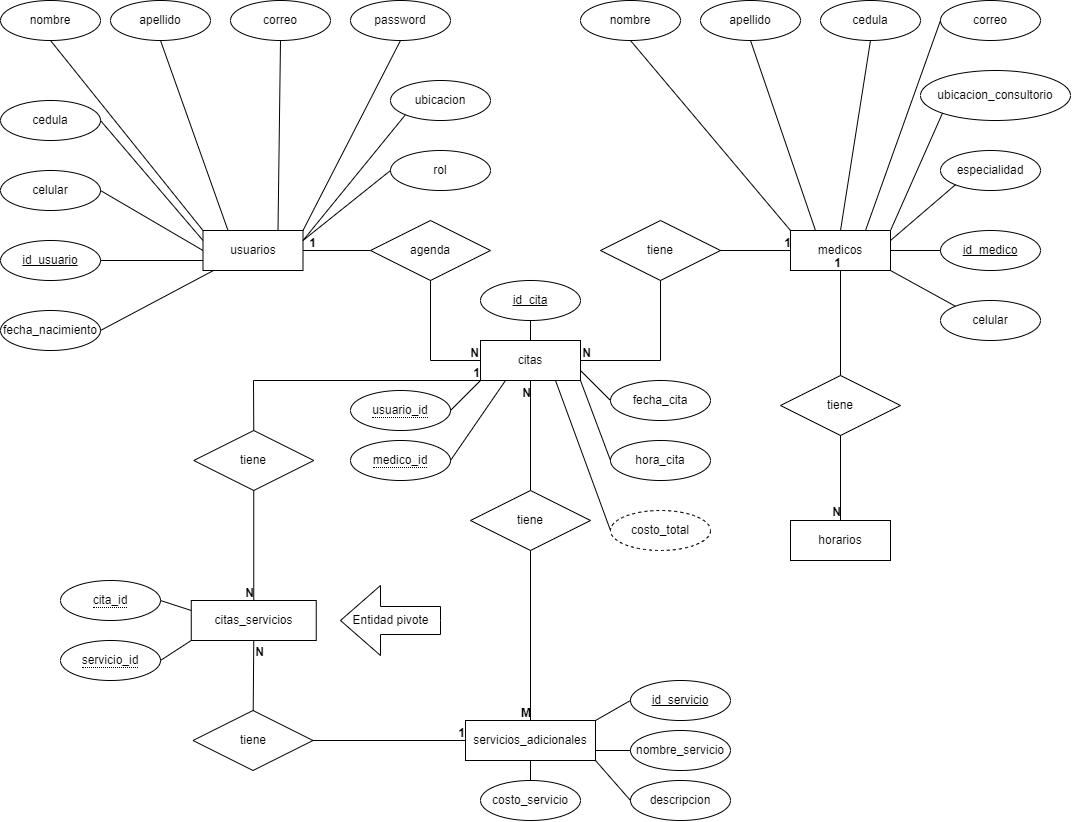
This is db/diagramaER.drawio.png from victor-arb/proyecto-final, a draw.io export, as it was before one commit. Source tidied: cells renumbered, new cells last; positions are measured from the earlier drawing's top-left corner, leaving out a move shared by most shapes.
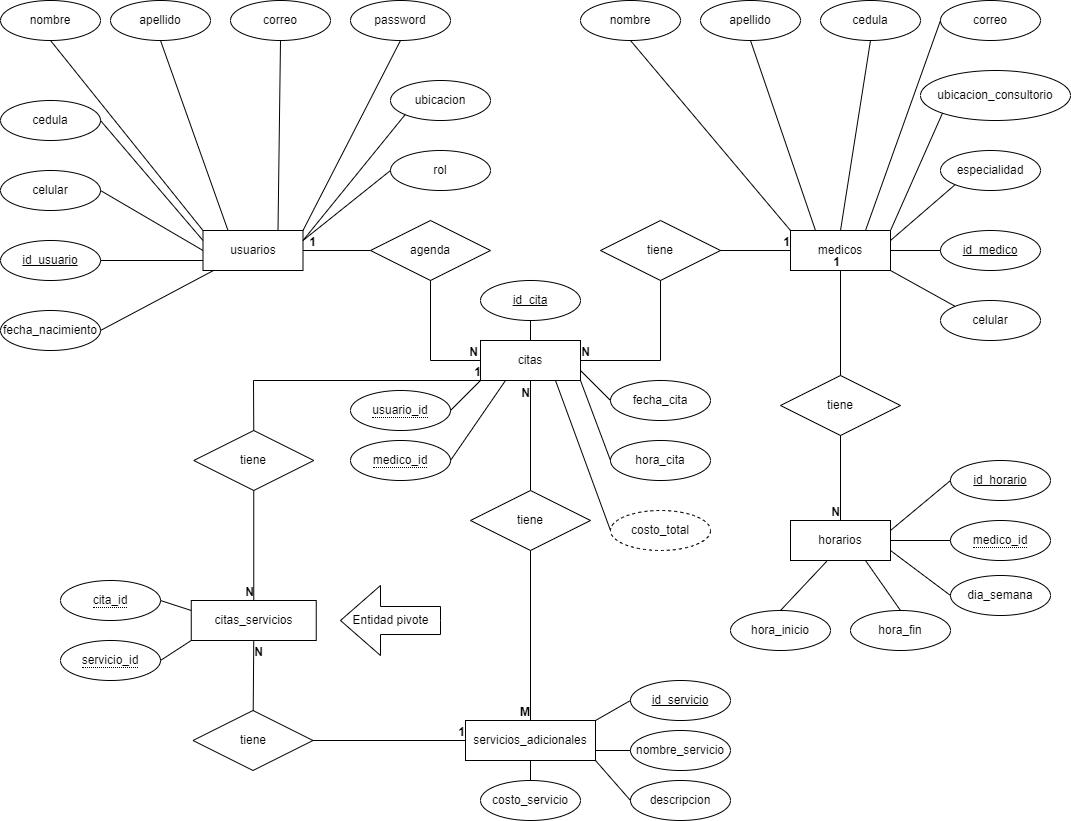
Later version of the same file.

Commit message:
Se actualiza el diagrama de entidad relacion

Change to the diagram source:
```diff
@@ -1,4 +1,4 @@
-<mxGraphModel background="#FFFFFF">
+<mxGraphModel background="#ffffff">
   <root>
     <mxCell id="0" />
     <mxCell id="1" parent="0" />
@@ -317,5 +317,35 @@
     <mxCell id="98" value="Entidad pivote" style="html=1;shadow=0;dashed=0;align=center;verticalAlign=middle;shape=mxgraph.arrows2.arrow;dy=0.6;dx=40;flipH=1;notch=0;rounded=0;" parent="1" vertex="1">
       <mxGeometry x="340" y="585" width="100" height="70" as="geometry" />
     </mxCell>
+    <mxCell id="99" value="id_horario" style="ellipse;whiteSpace=wrap;html=1;align=center;fontStyle=4;rounded=0;" parent="1" vertex="1">
+      <mxGeometry x="950" y="460" width="100" height="40" as="geometry" />
+    </mxCell>
+    <mxCell id="100" value="dia_semana&lt;span style=&quot;color: rgba(0, 0, 0, 0); font-family: monospace; font-size: 0px; text-align: start;&quot;&gt;%3CmxGraphModel%3E%3Croot%3E%3CmxCell%20id%3D%220%22%2F%3E%3CmxCell%20id%3D%221%22%20parent%3D%220%22%2F%3E%3CmxCell%20id%3D%222%22%20value%3D%22celular%22%20style%3D%22ellipse%3BwhiteSpace%3Dwrap%3Bhtml%3D1%3Balign%3Dcenter%3Brounded%3D0%3B%22%20vertex%3D%221%22%20parent%3D%221%22%3E%3CmxGeometry%20x%3D%22960%22%20y%3D%22320%22%20width%3D%22100%22%20height%3D%2240%22%20as%3D%22geometry%22%2F%3E%3C%2FmxCell%3E%3C%2Froot%3E%3C%2FmxGraphModel%3E&lt;/span&gt;" style="ellipse;whiteSpace=wrap;html=1;align=center;rounded=0;" parent="1" vertex="1">
+      <mxGeometry x="950" y="575" width="100" height="40" as="geometry" />
+    </mxCell>
+    <mxCell id="101" value="hora_inicio" style="ellipse;whiteSpace=wrap;html=1;align=center;rounded=0;" parent="1" vertex="1">
+      <mxGeometry x="730" y="610" width="100" height="40" as="geometry" />
+    </mxCell>
+    <mxCell id="102" value="hora_fin" style="ellipse;whiteSpace=wrap;html=1;align=center;rounded=0;" parent="1" vertex="1">
+      <mxGeometry x="850" y="610" width="100" height="40" as="geometry" />
+    </mxCell>
+    <mxCell id="103" value="&lt;span style=&quot;border-bottom: 1px dotted&quot;&gt;medico_id&lt;br&gt;&lt;/span&gt;" style="ellipse;whiteSpace=wrap;html=1;align=center;rounded=0;" parent="1" vertex="1">
+      <mxGeometry x="950" y="520" width="100" height="40" as="geometry" />
+    </mxCell>
+    <mxCell id="104" style="endArrow=none;html=1;rounded=0;entryX=0.75;entryY=1;entryDx=0;entryDy=0;exitX=0.5;exitY=0;exitDx=0;exitDy=0;" parent="1" edge="1" source="102" target="60">
+      <mxGeometry relative="1" as="geometry" />
+    </mxCell>
+    <mxCell id="105" style="endArrow=none;html=1;rounded=0;entryX=0.363;entryY=1.019;entryDx=0;entryDy=0;exitX=0.5;exitY=0;exitDx=0;exitDy=0;entryPerimeter=0;" parent="1" edge="1" source="101" target="60">
+      <mxGeometry relative="1" as="geometry" />
+    </mxCell>
+    <mxCell id="106" style="endArrow=none;html=1;rounded=0;entryX=1;entryY=0.25;entryDx=0;entryDy=0;exitX=0;exitY=0.5;exitDx=0;exitDy=0;" parent="1" edge="1" source="99" target="60">
+      <mxGeometry relative="1" as="geometry" />
+    </mxCell>
+    <mxCell id="107" style="endArrow=none;html=1;rounded=0;entryX=0;entryY=0.5;entryDx=0;entryDy=0;exitX=1;exitY=0.5;exitDx=0;exitDy=0;" parent="1" edge="1" source="60" target="103">
+      <mxGeometry relative="1" as="geometry" />
+    </mxCell>
+    <mxCell id="108" style="endArrow=none;html=1;rounded=0;entryX=1;entryY=0.75;entryDx=0;entryDy=0;exitX=0;exitY=0.5;exitDx=0;exitDy=0;" parent="1" edge="1" source="100" target="60">
+      <mxGeometry relative="1" as="geometry" />
+    </mxCell>
   </root>
 </mxGraphModel>
```
